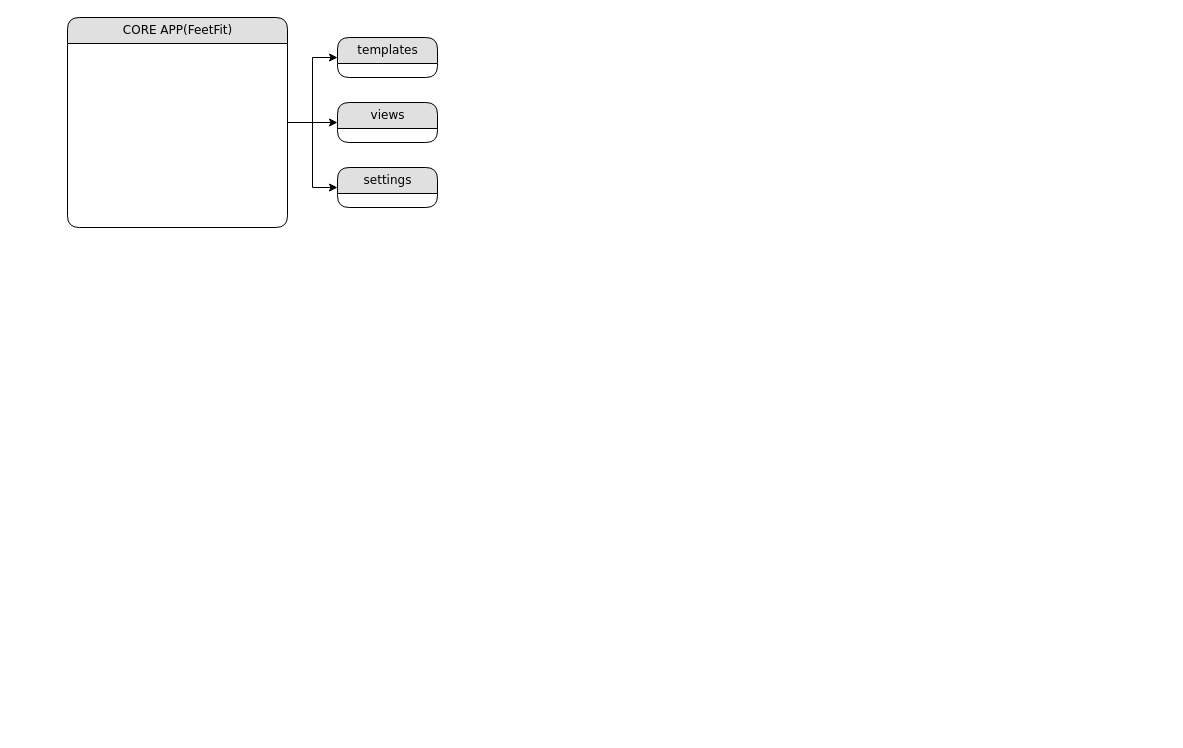
Above: Диаграмма без названия.drawio in AffectEngine/FeetFit (draw.io), before the change. Source tidied: cells renumbered, new cells numbered last; positions are measured from the earlier drawing's top-left corner, leaving out a move shared by most shapes. Both pictures are drawn from the tidied source at 100%, with x=0, y=0 at pixel (67, 17).
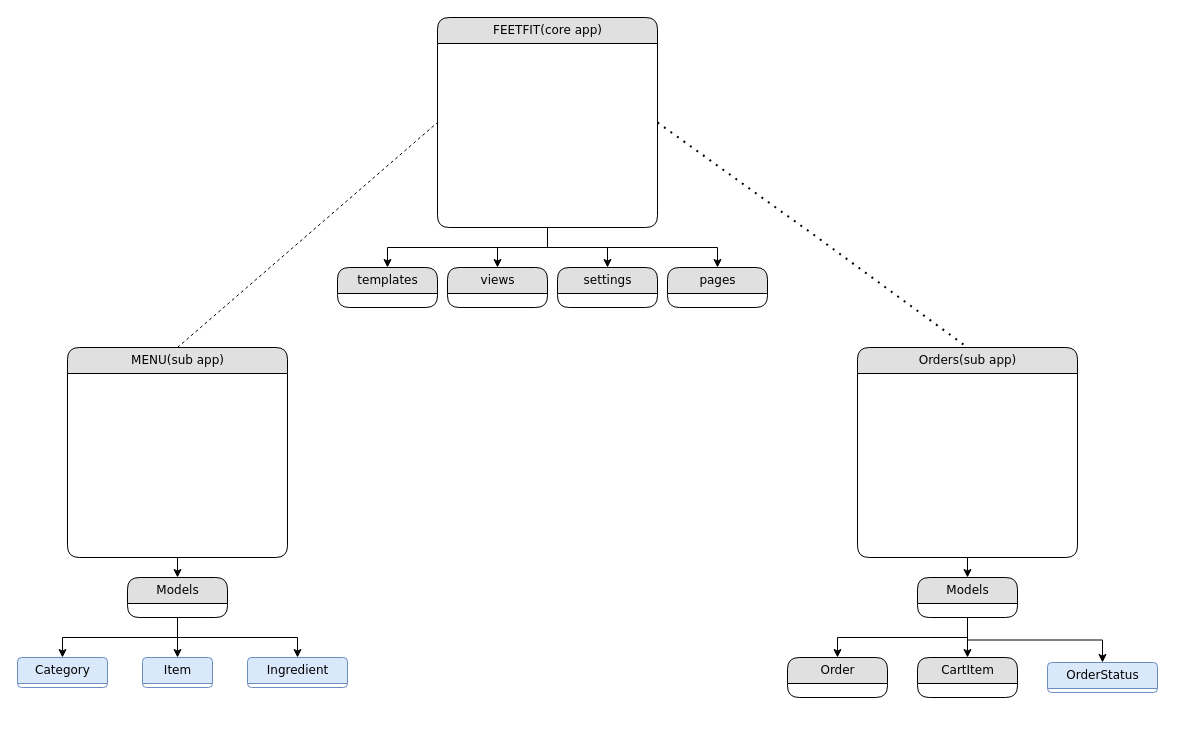
The same diagram, later.

Change to the diagram source:
```diff
@@
-    <mxCell id="2" style="edgeStyle=orthogonalEdgeStyle;rounded=0;jettySize=auto;html=1;exitX=1;exitY=0.5;exitDx=0;exitDy=0;" parent="1" edge="1" source="5">
-      <mxGeometry relative="1" as="geometry">
-        <mxPoint x="270" y="105" as="targetPoint" />
-      </mxGeometry>
-    </mxCell>
+    <mxCell id="12" style="edgeStyle=orthogonalEdgeStyle;rounded=0;jettySize=auto;html=1;exitX=0.5;exitY=1;exitDx=0;exitDy=0;entryX=0.5;entryY=0;entryDx=0;entryDy=0;" parent="1" edge="1" source="5" target="27">
+      <mxGeometry relative="1" as="geometry" />
+    </mxCell>
+    <mxCell id="4" style="edgeStyle=orthogonalEdgeStyle;rounded=0;jettySize=auto;html=1;exitX=0.5;exitY=1;exitDx=0;exitDy=0;entryX=0.5;entryY=0;entryDx=0;entryDy=0;" parent="1" edge="1" source="5" target="10">
+      <mxGeometry relative="1" as="geometry" />
+    </mxCell>
+    <mxCell id="13" style="edgeStyle=orthogonalEdgeStyle;rounded=0;jettySize=auto;html=1;exitX=0.5;exitY=1;exitDx=0;exitDy=0;entryX=0.5;entryY=0;entryDx=0;entryDy=0;" parent="1" edge="1" source="5" target="8">
+      <mxGeometry relative="1" as="geometry" />
+    </mxCell>
-    <mxCell id="3" style="edgeStyle=orthogonalEdgeStyle;rounded=0;jettySize=auto;html=1;exitX=1;exitY=0.5;exitDx=0;exitDy=0;entryX=0;entryY=0.5;entryDx=0;entryDy=0;" parent="1" edge="1" source="5" target="6">
+    <mxCell id="3" style="edgeStyle=orthogonalEdgeStyle;rounded=0;jettySize=auto;html=1;exitX=0.5;exitY=1;exitDx=0;exitDy=0;entryX=0.5;entryY=0;entryDx=0;entryDy=0;" parent="1" edge="1" source="5" target="6">
       <mxGeometry relative="1" as="geometry" />
     </mxCell>
-    <mxCell id="4" style="edgeStyle=orthogonalEdgeStyle;rounded=0;jettySize=auto;html=1;exitX=1;exitY=0.5;exitDx=0;exitDy=0;entryX=0;entryY=0.5;entryDx=0;entryDy=0;" parent="1" edge="1" source="5" target="10">
-      <mxGeometry relative="1" as="geometry" />
-    </mxCell>
-    <mxCell id="5" value="CORE APP(FeetFit)" style="swimlane;html=1;fontStyle=0;horizontal=1;startSize=26;fillColor=#e0e0e0;swimlaneFillColor=#ffffff;align=center;rounded=1;shadow=0;comic=0;labelBackgroundColor=none;strokeWidth=1;fontFamily=Verdana;fontSize=12;" parent="1" vertex="1">
-      <mxGeometry width="220" height="210" as="geometry" />
+    <mxCell id="5" value="FEETFIT(core app)" style="swimlane;html=1;fontStyle=0;horizontal=1;startSize=26;fillColor=#e0e0e0;swimlaneFillColor=#ffffff;align=center;rounded=1;shadow=0;comic=0;labelBackgroundColor=none;strokeWidth=1;fontFamily=Verdana;fontSize=12;" parent="1" vertex="1">
+      <mxGeometry x="370" width="220" height="210" as="geometry" />
     </mxCell>
     <mxCell id="6" value="templates" style="swimlane;html=1;fontStyle=0;horizontal=1;startSize=26;fillColor=#e0e0e0;swimlaneFillColor=#ffffff;align=center;rounded=1;shadow=0;comic=0;labelBackgroundColor=none;strokeWidth=1;fontFamily=Verdana;fontSize=12;" parent="1" vertex="1">
-      <mxGeometry x="270" y="20" width="100" height="40" as="geometry" />
+      <mxGeometry x="270" y="250" width="100" height="40" as="geometry" />
     </mxCell>
@@
     <mxCell id="8" value="views" style="swimlane;html=1;fontStyle=0;horizontal=1;startSize=26;fillColor=#e0e0e0;swimlaneFillColor=#ffffff;align=center;rounded=1;shadow=0;comic=0;labelBackgroundColor=none;strokeWidth=1;fontFamily=Verdana;fontSize=12;" parent="1" vertex="1">
-      <mxGeometry x="270" y="85" width="100" height="40" as="geometry" />
+      <mxGeometry x="380" y="250" width="100" height="40" as="geometry" />
     </mxCell>
@@
     <mxCell id="10" value="settings" style="swimlane;html=1;fontStyle=0;horizontal=1;startSize=26;fillColor=#e0e0e0;swimlaneFillColor=#ffffff;align=center;rounded=1;shadow=0;comic=0;labelBackgroundColor=none;strokeWidth=1;fontFamily=Verdana;fontSize=12;" parent="1" vertex="1">
-      <mxGeometry x="270" y="150" width="100" height="40" as="geometry" />
+      <mxGeometry x="490" y="250" width="100" height="40" as="geometry" />
     </mxCell>
@@
+    <mxCell id="14" style="edgeStyle=orthogonalEdgeStyle;rounded=0;jettySize=auto;html=1;exitX=0.5;exitY=1;exitDx=0;exitDy=0;entryX=0.5;entryY=0;entryDx=0;entryDy=0;" parent="1" edge="1" source="15" target="25">
+      <mxGeometry relative="1" as="geometry" />
+    </mxCell>
+    <mxCell id="15" value="MENU(sub app)" style="swimlane;html=1;fontStyle=0;horizontal=1;startSize=26;fillColor=#e0e0e0;swimlaneFillColor=#ffffff;align=center;rounded=1;shadow=0;comic=0;labelBackgroundColor=none;strokeWidth=1;fontFamily=Verdana;fontSize=12;" parent="1" vertex="1">
+      <mxGeometry y="330" width="220" height="210" as="geometry" />
+    </mxCell>
+    <mxCell id="16" style="edgeStyle=orthogonalEdgeStyle;rounded=0;orthogonalLoop=1;jettySize=auto;html=1;exitX=1;exitY=0.5;exitDx=0;exitDy=0;" parent="1" edge="1">
+      <mxGeometry relative="1" as="geometry">
+        <mxPoint x="750" y="95" as="sourcePoint" />
+        <mxPoint x="750" y="95" as="targetPoint" />
+      </mxGeometry>
+    </mxCell>
+    <mxCell id="17" style="edgeStyle=orthogonalEdgeStyle;rounded=0;orthogonalLoop=1;jettySize=auto;html=1;exitX=1;exitY=0.5;exitDx=0;exitDy=0;" parent="1" edge="1">
+      <mxGeometry relative="1" as="geometry">
+        <mxPoint x="750" y="160" as="sourcePoint" />
+        <mxPoint x="750" y="160" as="targetPoint" />
+      </mxGeometry>
+    </mxCell>
+    <mxCell id="18" style="edgeStyle=orthogonalEdgeStyle;rounded=0;orthogonalLoop=1;jettySize=auto;html=1;exitX=1;exitY=0.5;exitDx=0;exitDy=0;" parent="1" edge="1">
+      <mxGeometry relative="1" as="geometry">
+        <mxPoint x="750" y="225" as="sourcePoint" />
+        <mxPoint x="750" y="225" as="targetPoint" />
+      </mxGeometry>
+    </mxCell>
+    <mxCell id="19" value="Category" style="swimlane;html=1;fontStyle=0;horizontal=1;startSize=26;fillColor=#dae8fc;swimlaneFillColor=#ffffff;align=center;rounded=1;shadow=0;comic=0;labelBackgroundColor=none;strokeWidth=1;fontFamily=Verdana;fontSize=12;strokeColor=#6c8ebf;" parent="1" vertex="1" collapsed="1">
+      <mxGeometry x="-50" y="640" width="90" height="30" as="geometry" />
+    </mxCell>
+    <mxCell id="20" value="Item" style="swimlane;html=1;fontStyle=0;horizontal=1;startSize=26;fillColor=#dae8fc;swimlaneFillColor=#ffffff;align=center;rounded=1;shadow=0;comic=0;labelBackgroundColor=none;strokeWidth=1;fontFamily=Verdana;fontSize=12;strokeColor=#6c8ebf;" parent="1" vertex="1" collapsed="1">
+      <mxGeometry x="75" y="640" width="70" height="30" as="geometry" />
+    </mxCell>
+    <mxCell id="21" value="Ingredient" style="swimlane;html=1;fontStyle=0;horizontal=1;startSize=26;fillColor=#dae8fc;swimlaneFillColor=#ffffff;align=center;rounded=1;shadow=0;comic=0;labelBackgroundColor=none;strokeWidth=1;fontFamily=Verdana;fontSize=12;strokeColor=#6c8ebf;" parent="1" vertex="1" collapsed="1">
+      <mxGeometry x="180" y="640" width="100" height="30" as="geometry" />
+    </mxCell>
+    <mxCell id="22" style="edgeStyle=orthogonalEdgeStyle;rounded=0;jettySize=auto;html=1;exitX=0.5;exitY=1;exitDx=0;exitDy=0;" parent="1" edge="1" source="25" target="19">
+      <mxGeometry relative="1" as="geometry" />
+    </mxCell>
+    <mxCell id="23" style="edgeStyle=orthogonalEdgeStyle;rounded=0;jettySize=auto;html=1;exitX=0.5;exitY=1;exitDx=0;exitDy=0;entryX=0.5;entryY=0;entryDx=0;entryDy=0;" parent="1" edge="1" source="25" target="20">
+      <mxGeometry relative="1" as="geometry" />
+    </mxCell>
+    <mxCell id="24" style="edgeStyle=orthogonalEdgeStyle;rounded=0;jettySize=auto;html=1;exitX=0.5;exitY=1;exitDx=0;exitDy=0;" parent="1" edge="1" source="25" target="21">
+      <mxGeometry relative="1" as="geometry" />
+    </mxCell>
+    <mxCell id="25" value="Models" style="swimlane;html=1;fontStyle=0;horizontal=1;startSize=26;fillColor=#e0e0e0;swimlaneFillColor=#ffffff;align=center;rounded=1;shadow=0;comic=0;labelBackgroundColor=none;strokeWidth=1;fontFamily=Verdana;fontSize=12;" parent="1" vertex="1">
+      <mxGeometry x="60" y="560" width="100" height="40" as="geometry" />
+    </mxCell>
+    <mxCell id="26" style="edgeStyle=orthogonalEdgeStyle;rounded=0;orthogonalLoop=1;jettySize=auto;html=1;exitX=1;exitY=0.5;exitDx=0;exitDy=0;" parent="25" edge="1">
+      <mxGeometry relative="1" as="geometry">
+        <mxPoint x="100" y="65" as="sourcePoint" />
+        <mxPoint x="100" y="65" as="targetPoint" />
+      </mxGeometry>
+    </mxCell>
+    <mxCell id="27" value="pages" style="swimlane;html=1;fontStyle=0;horizontal=1;startSize=26;fillColor=#e0e0e0;swimlaneFillColor=#ffffff;align=center;rounded=1;shadow=0;comic=0;labelBackgroundColor=none;strokeWidth=1;fontFamily=Verdana;fontSize=12;" parent="1" vertex="1">
+      <mxGeometry x="600" y="250" width="100" height="40" as="geometry" />
+    </mxCell>
+    <mxCell id="28" style="edgeStyle=orthogonalEdgeStyle;rounded=0;orthogonalLoop=1;jettySize=auto;html=1;exitX=1;exitY=0.5;exitDx=0;exitDy=0;" parent="27" edge="1">
+      <mxGeometry relative="1" as="geometry">
+        <mxPoint x="490" y="115" as="sourcePoint" />
+        <mxPoint x="490" y="115" as="targetPoint" />
+      </mxGeometry>
+    </mxCell>
+    <mxCell id="29" style="edgeStyle=orthogonalEdgeStyle;rounded=0;jettySize=auto;html=1;exitX=0.5;exitY=1;exitDx=0;exitDy=0;entryX=0.5;entryY=0;entryDx=0;entryDy=0;" parent="1" edge="1" source="30" target="42">
+      <mxGeometry relative="1" as="geometry" />
+    </mxCell>
+    <mxCell id="30" value="Orders(sub app)" style="swimlane;html=1;fontStyle=0;horizontal=1;startSize=26;fillColor=#e0e0e0;swimlaneFillColor=#ffffff;align=center;rounded=1;shadow=0;comic=0;labelBackgroundColor=none;strokeWidth=1;fontFamily=Verdana;fontSize=12;" parent="1" vertex="1">
+      <mxGeometry x="790" y="330" width="220" height="210" as="geometry" />
+    </mxCell>
+    <mxCell id="31" value="Order" style="swimlane;html=1;fontStyle=0;horizontal=1;startSize=26;fillColor=#e0e0e0;swimlaneFillColor=#ffffff;align=center;rounded=1;shadow=0;comic=0;labelBackgroundColor=none;strokeWidth=1;fontFamily=Verdana;fontSize=12;" parent="1" vertex="1">
+      <mxGeometry x="720" y="640" width="100" height="40" as="geometry" />
+    </mxCell>
+    <mxCell id="32" style="edgeStyle=orthogonalEdgeStyle;rounded=0;orthogonalLoop=1;jettySize=auto;html=1;exitX=1;exitY=0.5;exitDx=0;exitDy=0;" parent="31" edge="1">
+      <mxGeometry relative="1" as="geometry">
+        <mxPoint x="100" y="65" as="sourcePoint" />
+        <mxPoint x="100" y="65" as="targetPoint" />
+      </mxGeometry>
+    </mxCell>
+    <mxCell id="33" value="CartItem" style="swimlane;html=1;fontStyle=0;horizontal=1;startSize=26;fillColor=#e0e0e0;swimlaneFillColor=#ffffff;align=center;rounded=1;shadow=0;comic=0;labelBackgroundColor=none;strokeWidth=1;fontFamily=Verdana;fontSize=12;" parent="1" vertex="1">
+      <mxGeometry x="850" y="640" width="100" height="40" as="geometry" />
+    </mxCell>
+    <mxCell id="34" style="edgeStyle=orthogonalEdgeStyle;rounded=0;orthogonalLoop=1;jettySize=auto;html=1;exitX=1;exitY=0.5;exitDx=0;exitDy=0;" parent="33" edge="1">
+      <mxGeometry relative="1" as="geometry">
+        <mxPoint x="100" y="65" as="sourcePoint" />
+        <mxPoint x="100" y="65" as="targetPoint" />
+      </mxGeometry>
+    </mxCell>
+    <mxCell id="35" value="OrderStatus" style="swimlane;html=1;fontStyle=0;horizontal=1;startSize=26;fillColor=#dae8fc;swimlaneFillColor=#ffffff;align=center;rounded=1;shadow=0;comic=0;labelBackgroundColor=none;strokeWidth=1;fontFamily=Verdana;fontSize=12;strokeColor=#6c8ebf;" parent="1" vertex="1" collapsed="1">
+      <mxGeometry x="980" y="645" width="110" height="30" as="geometry" />
+    </mxCell>
+    <mxCell id="36" style="edgeStyle=orthogonalEdgeStyle;rounded=0;orthogonalLoop=1;jettySize=auto;html=1;exitX=1;exitY=0.5;exitDx=0;exitDy=0;" parent="1" edge="1">
+      <mxGeometry relative="1" as="geometry">
+        <mxPoint x="1040" y="425" as="sourcePoint" />
+        <mxPoint x="1040" y="425" as="targetPoint" />
+      </mxGeometry>
+    </mxCell>
+    <mxCell id="37" style="edgeStyle=orthogonalEdgeStyle;rounded=0;orthogonalLoop=1;jettySize=auto;html=1;exitX=1;exitY=0.5;exitDx=0;exitDy=0;" parent="1" edge="1">
+      <mxGeometry relative="1" as="geometry">
+        <mxPoint x="1040" y="490" as="sourcePoint" />
+        <mxPoint x="1040" y="490" as="targetPoint" />
+      </mxGeometry>
+    </mxCell>
+    <mxCell id="38" style="edgeStyle=orthogonalEdgeStyle;rounded=0;orthogonalLoop=1;jettySize=auto;html=1;exitX=1;exitY=0.5;exitDx=0;exitDy=0;" parent="1" edge="1">
+      <mxGeometry relative="1" as="geometry">
+        <mxPoint x="930" y="555" as="sourcePoint" />
+        <mxPoint x="930" y="555" as="targetPoint" />
+      </mxGeometry>
+    </mxCell>
+    <mxCell id="39" style="edgeStyle=orthogonalEdgeStyle;rounded=0;jettySize=auto;html=1;exitX=0.5;exitY=1;exitDx=0;exitDy=0;entryX=0.5;entryY=0;entryDx=0;entryDy=0;" parent="1" edge="1" source="42" target="33">
+      <mxGeometry relative="1" as="geometry" />
+    </mxCell>
+    <mxCell id="40" style="edgeStyle=orthogonalEdgeStyle;rounded=0;jettySize=auto;html=1;exitX=0.5;exitY=1;exitDx=0;exitDy=0;" parent="1" edge="1" source="42" target="35">
+      <mxGeometry relative="1" as="geometry" />
+    </mxCell>
+    <mxCell id="41" style="edgeStyle=orthogonalEdgeStyle;rounded=0;jettySize=auto;html=1;exitX=0.5;exitY=1;exitDx=0;exitDy=0;entryX=0.5;entryY=0;entryDx=0;entryDy=0;" parent="1" edge="1" source="42" target="31">
+      <mxGeometry relative="1" as="geometry" />
+    </mxCell>
+    <mxCell id="42" value="Models" style="swimlane;html=1;fontStyle=0;horizontal=1;startSize=26;fillColor=#e0e0e0;swimlaneFillColor=#ffffff;align=center;rounded=1;shadow=0;comic=0;labelBackgroundColor=none;strokeWidth=1;fontFamily=Verdana;fontSize=12;" parent="1" vertex="1">
+      <mxGeometry x="850" y="560" width="100" height="40" as="geometry" />
+    </mxCell>
+    <mxCell id="43" style="edgeStyle=orthogonalEdgeStyle;rounded=0;orthogonalLoop=1;jettySize=auto;html=1;exitX=1;exitY=0.5;exitDx=0;exitDy=0;" parent="42" edge="1">
+      <mxGeometry relative="1" as="geometry">
+        <mxPoint x="100" y="65" as="sourcePoint" />
+        <mxPoint x="100" y="65" as="targetPoint" />
+      </mxGeometry>
+    </mxCell>
+    <mxCell id="44" style="endArrow=none;dashed=1;html=1;dashPattern=1 3;strokeWidth=2;rounded=0;entryX=0.5;entryY=0;entryDx=0;entryDy=0;exitX=1;exitY=0.5;exitDx=0;exitDy=0;" parent="1" edge="1" source="5" target="30">
+      <mxGeometry relative="1" as="geometry">
+        <Array as="points">
+          <mxPoint x="750" y="220" />
+        </Array>
+      </mxGeometry>
+    </mxCell>
+    <mxCell id="45" style="endArrow=none;dashed=1;html=1;rounded=0;exitX=0.5;exitY=0;exitDx=0;exitDy=0;entryX=0;entryY=0.5;entryDx=0;entryDy=0;" parent="1" edge="1" source="15" target="5">
+      <mxGeometry relative="1" as="geometry" />
+    </mxCell>
```
